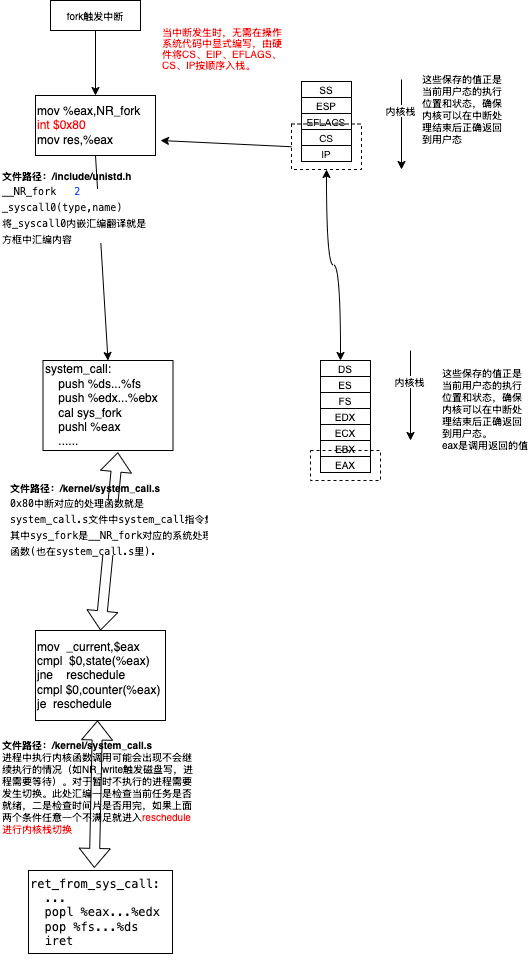
Above: linux_fork.png in zhaole0606/pic (draw.io), before the change. Source tidied: cells renumbered, new cells last; positions are measured from the earlier drawing's top-left corner, leaving out a move shared by most shapes. Its diagram source:
```xml
<mxGraphModel>
  <root>
    <mxCell id="0" />
    <mxCell id="1" parent="0" />
    <mxCell id="2" style="endArrow=classic;html=1;rounded=0;exitX=0.5;exitY=1;exitDx=0;exitDy=0;entryX=0.5;entryY=0;entryDx=0;entryDy=0;" parent="1" edge="1" source="6" target="19">
      <mxGeometry relative="1" as="geometry" />
    </mxCell>
    <mxCell id="3" style="shape=flexArrow;endArrow=classic;startArrow=classic;html=1;rounded=0;exitX=0.5;exitY=0;exitDx=0;exitDy=0;entryX=0.576;entryY=1.02;entryDx=0;entryDy=0;entryPerimeter=0;fontSize=10;" parent="1" edge="1" source="31" target="19">
      <mxGeometry relative="1" as="geometry" />
    </mxCell>
    <mxCell id="4" style="edgeStyle=orthogonalEdgeStyle;rounded=0;jettySize=auto;html=1;fontSize=10;" parent="1" edge="1" source="5" target="6">
      <mxGeometry relative="1" as="geometry" />
    </mxCell>
    <mxCell id="5" value="fork触发中断" style="rounded=0;whiteSpace=wrap;html=1;fontSize=10;" parent="1" vertex="1">
      <mxGeometry x="50" width="90" height="30" as="geometry" />
    </mxCell>
    <mxCell id="6" value="&lt;font style=&quot;font-size: 12px;&quot;&gt;mov %eax,NR_fork&lt;/font&gt;&lt;div style=&quot;font-size: 12px;&quot;&gt;&lt;font style=&quot;font-size: 12px;&quot; color=&quot;#ff0000&quot;&gt;int $0x80&lt;/font&gt;&lt;/div&gt;&lt;div style=&quot;font-size: 12px;&quot;&gt;&lt;font style=&quot;font-size: 12px;&quot;&gt;mov res,%eax&lt;/font&gt;&lt;/div&gt;" style="whiteSpace=wrap;html=1;rounded=0;align=left;fontSize=12;" parent="1" vertex="1">
      <mxGeometry x="35" y="95" width="120" height="60" as="geometry" />
    </mxCell>
    <mxCell id="7" value="&lt;p style=&quot;line-height: 90%; font-size: 10px;&quot;&gt;&lt;/p&gt;&lt;h1 style=&quot;margin-top: 0px; line-height: 60%; font-size: 10px;&quot;&gt;&lt;font style=&quot;font-size: 10px;&quot;&gt;文件路径：/include/unistd.h&lt;/font&gt;&lt;/h1&gt;&lt;div style=&quot;line-height: 60%; font-size: 10px;&quot;&gt;&lt;div style=&quot;background-color: rgb(255, 255, 255); color: rgb(8, 8, 8); line-height: 60%; font-size: 10px;&quot;&gt;&lt;pre style=&quot;font-family: &amp;quot;JetBrains Mono&amp;quot;, monospace; line-height: 60%; font-size: 10px;&quot;&gt;&lt;font style=&quot;font-size: 10px;&quot;&gt;__NR_fork   &lt;span style=&quot;color: rgb(23, 80, 235); font-size: 10px;&quot;&gt;2&lt;/span&gt;&lt;/font&gt;&lt;/pre&gt;&lt;pre style=&quot;font-family: &amp;quot;JetBrains Mono&amp;quot;, monospace; line-height: 60%; font-size: 10px;&quot;&gt;&lt;div style=&quot;line-height: 60%; font-size: 10px;&quot;&gt;&lt;pre style=&quot;font-family: &amp;quot;JetBrains Mono&amp;quot;, monospace; line-height: 60%; font-size: 10px;&quot;&gt;&lt;font style=&quot;font-size: 10px;&quot;&gt;_syscall0(type,name)&lt;/font&gt;&lt;/pre&gt;&lt;pre style=&quot;font-family: &amp;quot;JetBrains Mono&amp;quot;, monospace; line-height: 60%; font-size: 10px;&quot;&gt;&lt;font style=&quot;font-size: 10px;&quot;&gt;将_syscall0内嵌汇编翻译就是&lt;/font&gt;&lt;/pre&gt;&lt;pre style=&quot;font-family: &amp;quot;JetBrains Mono&amp;quot;, monospace; line-height: 60%; font-size: 10px;&quot;&gt;&lt;font style=&quot;font-size: 10px;&quot;&gt;方框中汇编内容 &lt;/font&gt;&lt;/pre&gt;&lt;/div&gt;&lt;/pre&gt;&lt;/div&gt;&lt;/div&gt;&lt;p style=&quot;font-size: 10px;&quot;&gt;&lt;/p&gt;" style="text;html=1;whiteSpace=wrap;overflow=hidden;rounded=0;verticalAlign=middle;fontSize=10;" parent="1" vertex="1">
      <mxGeometry y="160" width="180" height="90" as="geometry" />
    </mxCell>
    <mxCell id="8" style="endArrow=classic;html=1;rounded=0;fontSize=10;" parent="1" edge="1">
      <mxGeometry relative="1" as="geometry">
        <mxPoint x="401" y="79" as="sourcePoint" />
        <mxPoint x="401" y="169" as="targetPoint" />
      </mxGeometry>
    </mxCell>
    <mxCell id="9" value="内核栈" style="edgeLabel;html=1;align=center;verticalAlign=middle;fontSize=10;" parent="8" vertex="1">
      <mxGeometry x="-0.31" y="-1" relative="1" as="geometry" />
    </mxCell>
    <mxCell id="10" value="&lt;font style=&quot;font-size: 10px;&quot;&gt;SS&lt;/font&gt;" style="rounded=0;whiteSpace=wrap;html=1;fontSize=10;" parent="1" vertex="1">
      <mxGeometry x="301" y="81" width="50" height="16" as="geometry" />
    </mxCell>
    <mxCell id="11" value="ESP" style="rounded=0;whiteSpace=wrap;html=1;fontSize=10;" parent="1" vertex="1">
      <mxGeometry x="301" y="97" width="50" height="16" as="geometry" />
    </mxCell>
    <mxCell id="12" value="&lt;span style=&quot;font-family: -webkit-standard; text-align: start; caret-color: rgb(0, 0, 0); font-size: 10px;&quot;&gt;&lt;font style=&quot;font-size: 10px;&quot;&gt;EFLAGS&lt;/font&gt;&lt;/span&gt;" style="rounded=0;whiteSpace=wrap;html=1;fontSize=10;" parent="1" vertex="1">
      <mxGeometry x="301" y="113" width="50" height="16" as="geometry" />
    </mxCell>
    <mxCell id="13" value="&lt;span style=&quot;font-family: -webkit-standard; text-align: start; caret-color: rgb(0, 0, 0); font-size: 10px;&quot;&gt;&lt;font style=&quot;font-size: 10px;&quot;&gt;CS&lt;/font&gt;&lt;/span&gt;" style="rounded=0;whiteSpace=wrap;html=1;fontSize=10;" parent="1" vertex="1">
      <mxGeometry x="301" y="129" width="50" height="16" as="geometry" />
    </mxCell>
    <mxCell id="14" value="&lt;span style=&quot;font-family: -webkit-standard; text-align: start; caret-color: rgb(0, 0, 0); font-size: 10px;&quot;&gt;&lt;font style=&quot;font-size: 10px;&quot;&gt;IP&lt;/font&gt;&lt;/span&gt;" style="rounded=0;whiteSpace=wrap;html=1;fontSize=10;" parent="1" vertex="1">
      <mxGeometry x="301" y="145" width="50" height="16" as="geometry" />
    </mxCell>
    <mxCell id="15" value="&lt;p style=&quot;line-height: 50%; font-size: 10px;&quot;&gt;&lt;/p&gt;&lt;h1 style=&quot;margin-top: 0px; line-height: 110%; font-size: 10px;&quot;&gt;&lt;span style=&quot;font-weight: normal; font-size: 10px;&quot;&gt;&lt;font style=&quot;font-size: 10px;&quot; color=&quot;#ff0000&quot;&gt;&lt;font style=&quot;font-size: 10px;&quot;&gt;当中断发生时，无需在操作系统代码中显式编写，由硬件将CS、EIP、EFLAGS、CS&lt;/font&gt;、IP按顺序入栈。&lt;/font&gt;&lt;/span&gt;&lt;/h1&gt;&lt;p style=&quot;font-size: 10px;&quot;&gt;&lt;/p&gt;" style="text;html=1;whiteSpace=wrap;overflow=hidden;rounded=0;fontSize=10;" parent="1" vertex="1">
      <mxGeometry x="160" y="10" width="130" height="70" as="geometry" />
    </mxCell>
    <mxCell id="16" style="rounded=0;whiteSpace=wrap;html=1;dashed=1;fillColor=none;fontSize=10;" parent="1" vertex="1">
      <mxGeometry x="291" y="123.5" width="70" height="45.5" as="geometry" />
    </mxCell>
    <mxCell id="17" value="这些保存的值正是当前用户态的执行位置和状态，确保内核可以在中断处理结束后正确返回到用户态&#10;" style="text;whiteSpace=wrap;overflow=hidden;rounded=0;fontSize=10;" parent="1" vertex="1">
      <mxGeometry x="420" y="66" width="90" height="110" as="geometry" />
    </mxCell>
    <mxCell id="18" style="endArrow=classic;html=1;rounded=0;exitX=0;exitY=0.5;exitDx=0;exitDy=0;fontSize=10;" parent="1" edge="1" source="16">
      <mxGeometry relative="1" as="geometry">
        <mxPoint x="160" y="140" as="targetPoint" />
      </mxGeometry>
    </mxCell>
    <mxCell id="19" value="system_call:&lt;div style=&quot;font-size: 12px;&quot;&gt;&lt;span style=&quot;background-color: initial; font-size: 12px;&quot;&gt;&amp;nbsp; &amp;nbsp; push %ds...%fs&lt;/span&gt;&lt;/div&gt;&lt;div style=&quot;font-size: 12px;&quot;&gt;&lt;span style=&quot;background-color: initial; font-size: 12px;&quot;&gt;&amp;nbsp; &amp;nbsp; push %edx...%ebx&amp;nbsp;&lt;/span&gt;&lt;/div&gt;&lt;div style=&quot;font-size: 12px;&quot;&gt;&lt;span style=&quot;background-color: initial; font-size: 12px;&quot;&gt;&amp;nbsp; &amp;nbsp; cal sys_fork&lt;/span&gt;&lt;/div&gt;&lt;div style=&quot;font-size: 12px;&quot;&gt;&lt;span style=&quot;background-color: initial; font-size: 12px;&quot;&gt;&amp;nbsp; &amp;nbsp; pushl %eax&lt;/span&gt;&lt;/div&gt;&lt;div style=&quot;font-size: 12px;&quot;&gt;&amp;nbsp; &amp;nbsp; ......&lt;/div&gt;" style="whiteSpace=wrap;html=1;rounded=0;align=left;fontSize=12;" parent="1" vertex="1">
      <mxGeometry x="42.5" y="360" width="130" height="90" as="geometry" />
    </mxCell>
    <mxCell id="20" value="&lt;span style=&quot;font-size: 10px;&quot;&gt;DS&lt;/span&gt;" style="rounded=0;whiteSpace=wrap;html=1;fontSize=10;" parent="1" vertex="1">
      <mxGeometry x="320" y="360" width="50" height="16" as="geometry" />
    </mxCell>
    <mxCell id="21" value="&lt;span style=&quot;font-size: 10px;&quot;&gt;ES&lt;/span&gt;" style="rounded=0;whiteSpace=wrap;html=1;fontSize=10;" parent="1" vertex="1">
      <mxGeometry x="320" y="376" width="50" height="16" as="geometry" />
    </mxCell>
    <mxCell id="22" value="&lt;span style=&quot;font-size: 10px;&quot;&gt;FS&lt;/span&gt;" style="rounded=0;whiteSpace=wrap;html=1;fontSize=10;" parent="1" vertex="1">
      <mxGeometry x="320" y="392" width="50" height="16" as="geometry" />
    </mxCell>
    <mxCell id="23" value="&lt;span style=&quot;font-size: 10px;&quot;&gt;EDX&lt;/span&gt;" style="rounded=0;whiteSpace=wrap;html=1;fontSize=10;" parent="1" vertex="1">
      <mxGeometry x="320" y="408" width="50" height="16" as="geometry" />
    </mxCell>
    <mxCell id="24" value="&lt;span style=&quot;font-size: 10px;&quot;&gt;ECX&lt;/span&gt;" style="rounded=0;whiteSpace=wrap;html=1;fontSize=10;" parent="1" vertex="1">
      <mxGeometry x="320" y="424" width="50" height="16" as="geometry" />
    </mxCell>
    <mxCell id="25" value="&lt;span style=&quot;font-size: 10px;&quot;&gt;EBX&lt;/span&gt;" style="rounded=0;whiteSpace=wrap;html=1;fontSize=10;" parent="1" vertex="1">
      <mxGeometry x="320" y="440" width="50" height="16" as="geometry" />
    </mxCell>
    <mxCell id="26" value="&lt;p style=&quot;line-height: 90%; font-size: 10px;&quot;&gt;&lt;/p&gt;&lt;h1 style=&quot;margin-top: 0px; line-height: 60%; font-size: 10px;&quot;&gt;&lt;font style=&quot;font-size: 10px;&quot;&gt;文件路径：/kernel/system_call.s&lt;/font&gt;&lt;/h1&gt;&lt;div style=&quot;line-height: 60%; font-size: 10px;&quot;&gt;&lt;div style=&quot;background-color: rgb(255, 255, 255); color: rgb(8, 8, 8); line-height: 60%; font-size: 10px;&quot;&gt;&lt;pre style=&quot;font-family: &amp;quot;JetBrains Mono&amp;quot;, monospace; line-height: 60%; font-size: 10px;&quot;&gt;&lt;font style=&quot;font-size: 10px;&quot;&gt;0x80中断对应的处理函数就是&lt;/font&gt;&lt;/pre&gt;&lt;pre style=&quot;font-family: &amp;quot;JetBrains Mono&amp;quot;, monospace; line-height: 60%; font-size: 10px;&quot;&gt;&lt;font style=&quot;font-size: 10px;&quot;&gt;system_call.s文件中system_call指令集&lt;/font&gt;&lt;/pre&gt;&lt;pre style=&quot;font-family: &amp;quot;JetBrains Mono&amp;quot;, monospace; line-height: 60%; font-size: 10px;&quot;&gt;&lt;font style=&quot;font-size: 10px;&quot;&gt;其中sys_fork是__NR_fork对应的系统处理&lt;/font&gt;&lt;/pre&gt;&lt;pre style=&quot;font-family: &amp;quot;JetBrains Mono&amp;quot;, monospace; line-height: 60%; font-size: 10px;&quot;&gt;&lt;font style=&quot;font-size: 10px;&quot;&gt;函数(也在system_call.s里).&lt;/font&gt;&lt;/pre&gt;&lt;/div&gt;&lt;/div&gt;&lt;p style=&quot;font-size: 10px;&quot;&gt;&lt;/p&gt;" style="text;html=1;whiteSpace=wrap;overflow=hidden;rounded=0;verticalAlign=middle;fontSize=10;" parent="1" vertex="1">
      <mxGeometry x="7.5" y="472" width="200" height="90" as="geometry" />
    </mxCell>
    <mxCell id="27" style="endArrow=classic;html=1;rounded=0;fontSize=10;" parent="1" edge="1">
      <mxGeometry relative="1" as="geometry">
        <mxPoint x="410" y="350" as="sourcePoint" />
        <mxPoint x="410" y="440" as="targetPoint" />
      </mxGeometry>
    </mxCell>
    <mxCell id="28" value="内核栈" style="edgeLabel;html=1;align=center;verticalAlign=middle;fontSize=10;" parent="27" vertex="1">
      <mxGeometry x="-0.31" y="-1" relative="1" as="geometry" />
    </mxCell>
    <mxCell id="29" style="endArrow=classic;html=1;rounded=0;edgeStyle=orthogonalEdgeStyle;startArrow=classic;startFill=1;curved=1;exitX=0.4;exitY=0;exitDx=0;exitDy=0;exitPerimeter=0;fontSize=10;" parent="1" edge="1" source="20" target="16">
      <mxGeometry relative="1" as="geometry" />
    </mxCell>
    <mxCell id="30" value="&lt;span style=&quot;font-size: 10px;&quot;&gt;EAX&lt;/span&gt;" style="rounded=0;whiteSpace=wrap;html=1;fontSize=10;" parent="1" vertex="1">
      <mxGeometry x="320" y="456" width="50" height="16" as="geometry" />
    </mxCell>
    <mxCell id="31" value="mov&amp;nbsp; _current,$eax&lt;div style=&quot;font-size: 12px;&quot;&gt;cmpl&amp;nbsp; $0,state(%eax)&lt;/div&gt;&lt;div style=&quot;font-size: 12px;&quot;&gt;jne&amp;nbsp; &amp;nbsp; reschedule&lt;/div&gt;&lt;div style=&quot;font-size: 12px;&quot;&gt;cmpl $0,counter(%eax)&lt;/div&gt;&lt;div style=&quot;font-size: 12px;&quot;&gt;je&amp;nbsp; reschedule&lt;/div&gt;" style="whiteSpace=wrap;html=1;rounded=0;align=left;fontSize=12;" parent="1" vertex="1">
      <mxGeometry x="35" y="630" width="130" height="90" as="geometry" />
    </mxCell>
    <mxCell id="32" value="&lt;br style=&quot;font-size: 10px;&quot;&gt;&lt;b style=&quot;font-size: 10px;&quot;&gt;文件路径：/kernel/system_call.s&lt;/b&gt;&lt;br style=&quot;font-size: 10px;&quot;&gt;进程中执行内核函数调用可能会出现不会继续执行的情况（如NR_write触发磁盘写，进程需要等待）。对于暂时不执行的进程需要发生切换。此处汇编一是检查当前任务是否就绪，二是检查时间片是否用完，如果上面两个条件任意一个不满足就进入&lt;font style=&quot;font-size: 10px;&quot; color=&quot;#ff0000&quot;&gt;reschedule进行内核栈切换&lt;/font&gt;" style="text;whiteSpace=wrap;overflow=hidden;rounded=0;verticalAlign=top;fontSize=10;align=left;html=1;" parent="1" vertex="1">
      <mxGeometry y="720" width="200" height="120" as="geometry" />
    </mxCell>
    <mxCell id="33" value="&lt;div style=&quot;background-color: rgb(255, 255, 255); color: rgb(8, 8, 8); font-size: 12px;&quot;&gt;&lt;pre style=&quot;font-family: &amp;quot;JetBrains Mono&amp;quot;, monospace; font-size: 12px;&quot;&gt;ret_from_sys_call:&lt;br style=&quot;font-size: 12px;&quot;&gt;  ...&lt;br style=&quot;font-size: 12px;&quot;&gt;  popl %eax...%edx&lt;br style=&quot;font-size: 12px;&quot;&gt;  pop %fs...%ds&lt;br style=&quot;font-size: 12px;&quot;&gt;  iret&lt;/pre&gt;&lt;/div&gt;" style="whiteSpace=wrap;html=1;rounded=0;align=left;fontSize=12;" parent="1" vertex="1">
      <mxGeometry x="28" y="870" width="144" height="83" as="geometry" />
    </mxCell>
    <mxCell id="34" style="shape=flexArrow;endArrow=classic;startArrow=classic;html=1;rounded=0;exitX=0.457;exitY=-0.031;exitDx=0;exitDy=0;entryX=0.576;entryY=1.02;entryDx=0;entryDy=0;entryPerimeter=0;fontSize=10;exitPerimeter=0;" parent="1" edge="1" source="33">
      <mxGeometry relative="1" as="geometry">
        <mxPoint x="97" y="720" as="targetPoint" />
      </mxGeometry>
    </mxCell>
    <mxCell id="35" style="rounded=0;whiteSpace=wrap;html=1;dashed=1;fillColor=none;fontSize=10;" parent="1" vertex="1">
      <mxGeometry x="310" y="450" width="70" height="30" as="geometry" />
    </mxCell>
    <mxCell id="36" value="这些保存的值正是当前用户态的执行位置和状态，确保内核可以在中断处理结束后正确返回到用户态。&#10;eax是调用返回的值" style="text;whiteSpace=wrap;overflow=hidden;rounded=0;fontSize=10;" parent="1" vertex="1">
      <mxGeometry x="440" y="360" width="90" height="110" as="geometry" />
    </mxCell>
  </root>
</mxGraphModel>
```
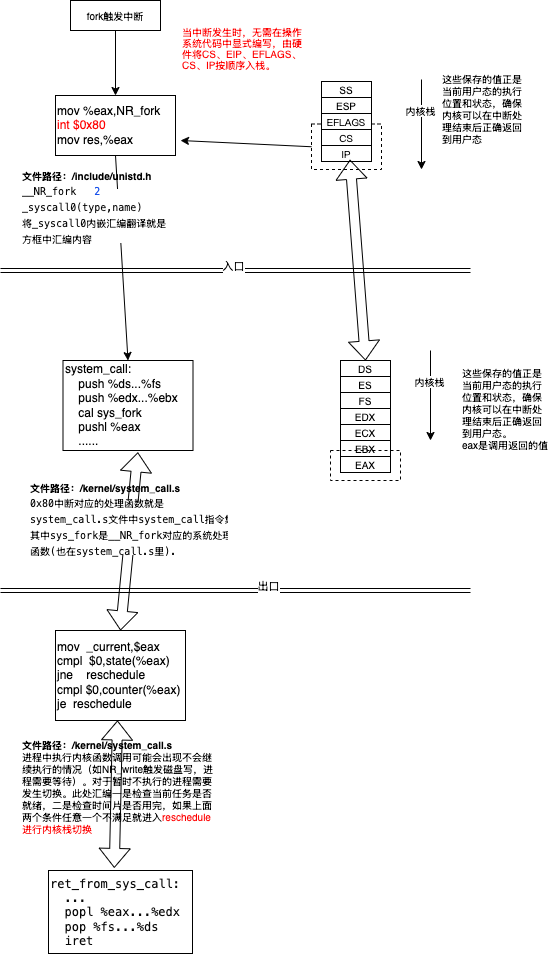
After the change.

Change to the diagram source:
```diff
@@ -2,6 +2,9 @@
   <root>
     <mxCell id="0" />
     <mxCell id="1" parent="0" />
+    <mxCell id="16" style="rounded=0;whiteSpace=wrap;html=1;dashed=1;fillColor=none;fontSize=10;" parent="1" vertex="1">
+      <mxGeometry x="291" y="123.5" width="70" height="45.5" as="geometry" />
+    </mxCell>
     <mxCell id="2" style="endArrow=classic;html=1;rounded=0;exitX=0.5;exitY=1;exitDx=0;exitDy=0;entryX=0.5;entryY=0;entryDx=0;entryDy=0;" parent="1" edge="1" source="6" target="19">
       <mxGeometry relative="1" as="geometry" />
     </mxCell>
@@ -47,9 +50,6 @@
     <mxCell id="15" value="&lt;p style=&quot;line-height: 50%; font-size: 10px;&quot;&gt;&lt;/p&gt;&lt;h1 style=&quot;margin-top: 0px; line-height: 110%; font-size: 10px;&quot;&gt;&lt;span style=&quot;font-weight: normal; font-size: 10px;&quot;&gt;&lt;font style=&quot;font-size: 10px;&quot; color=&quot;#ff0000&quot;&gt;&lt;font style=&quot;font-size: 10px;&quot;&gt;当中断发生时，无需在操作系统代码中显式编写，由硬件将CS、EIP、EFLAGS、CS&lt;/font&gt;、IP按顺序入栈。&lt;/font&gt;&lt;/span&gt;&lt;/h1&gt;&lt;p style=&quot;font-size: 10px;&quot;&gt;&lt;/p&gt;" style="text;html=1;whiteSpace=wrap;overflow=hidden;rounded=0;fontSize=10;" parent="1" vertex="1">
       <mxGeometry x="160" y="10" width="130" height="70" as="geometry" />
     </mxCell>
-    <mxCell id="16" style="rounded=0;whiteSpace=wrap;html=1;dashed=1;fillColor=none;fontSize=10;" parent="1" vertex="1">
-      <mxGeometry x="291" y="123.5" width="70" height="45.5" as="geometry" />
-    </mxCell>
     <mxCell id="17" value="这些保存的值正是当前用户态的执行位置和状态，确保内核可以在中断处理结束后正确返回到用户态&#10;" style="text;whiteSpace=wrap;overflow=hidden;rounded=0;fontSize=10;" parent="1" vertex="1">
       <mxGeometry x="420" y="66" width="90" height="110" as="geometry" />
     </mxCell>
@@ -91,9 +91,6 @@
     <mxCell id="28" value="内核栈" style="edgeLabel;html=1;align=center;verticalAlign=middle;fontSize=10;" parent="27" vertex="1">
       <mxGeometry x="-0.31" y="-1" relative="1" as="geometry" />
     </mxCell>
-    <mxCell id="29" style="endArrow=classic;html=1;rounded=0;edgeStyle=orthogonalEdgeStyle;startArrow=classic;startFill=1;curved=1;exitX=0.4;exitY=0;exitDx=0;exitDy=0;exitPerimeter=0;fontSize=10;" parent="1" edge="1" source="20" target="16">
-      <mxGeometry relative="1" as="geometry" />
-    </mxCell>
     <mxCell id="30" value="&lt;span style=&quot;font-size: 10px;&quot;&gt;EAX&lt;/span&gt;" style="rounded=0;whiteSpace=wrap;html=1;fontSize=10;" parent="1" vertex="1">
       <mxGeometry x="320" y="456" width="50" height="16" as="geometry" />
     </mxCell>
@@ -117,5 +114,28 @@
     <mxCell id="36" value="这些保存的值正是当前用户态的执行位置和状态，确保内核可以在中断处理结束后正确返回到用户态。&#10;eax是调用返回的值" style="text;whiteSpace=wrap;overflow=hidden;rounded=0;fontSize=10;" parent="1" vertex="1">
       <mxGeometry x="440" y="360" width="90" height="110" as="geometry" />
     </mxCell>
+    <mxCell id="37" style="shape=link;html=1;rounded=0;" parent="1" edge="1">
+      <mxGeometry relative="1" as="geometry">
+        <mxPoint x="-20" y="590" as="sourcePoint" />
+        <mxPoint x="450" y="590" as="targetPoint" />
+      </mxGeometry>
+    </mxCell>
+    <mxCell id="38" value="出口" style="edgeLabel;html=1;align=center;verticalAlign=middle;" parent="37" vertex="1">
+      <mxGeometry x="0.14" y="4" relative="1" as="geometry" />
+    </mxCell>
+    <mxCell id="39" style="shape=link;html=1;rounded=0;" parent="1" edge="1">
+      <mxGeometry relative="1" as="geometry">
+        <mxPoint x="-20" y="270" as="sourcePoint" />
+        <mxPoint x="450" y="270" as="targetPoint" />
+      </mxGeometry>
+    </mxCell>
+    <mxCell id="40" value="入口" style="edgeLabel;html=1;align=center;verticalAlign=middle;" parent="39" vertex="1">
+      <mxGeometry x="0.14" y="4" relative="1" as="geometry">
+        <mxPoint x="-35" as="offset" />
+      </mxGeometry>
+    </mxCell>
+    <mxCell id="41" style="shape=flexArrow;endArrow=classic;startArrow=classic;html=1;rounded=0;exitX=0.5;exitY=0;exitDx=0;exitDy=0;entryX=0.57;entryY=0.889;entryDx=0;entryDy=0;entryPerimeter=0;" parent="1" edge="1" source="20" target="14">
+      <mxGeometry relative="1" as="geometry" />
+    </mxCell>
   </root>
 </mxGraphModel>
```
